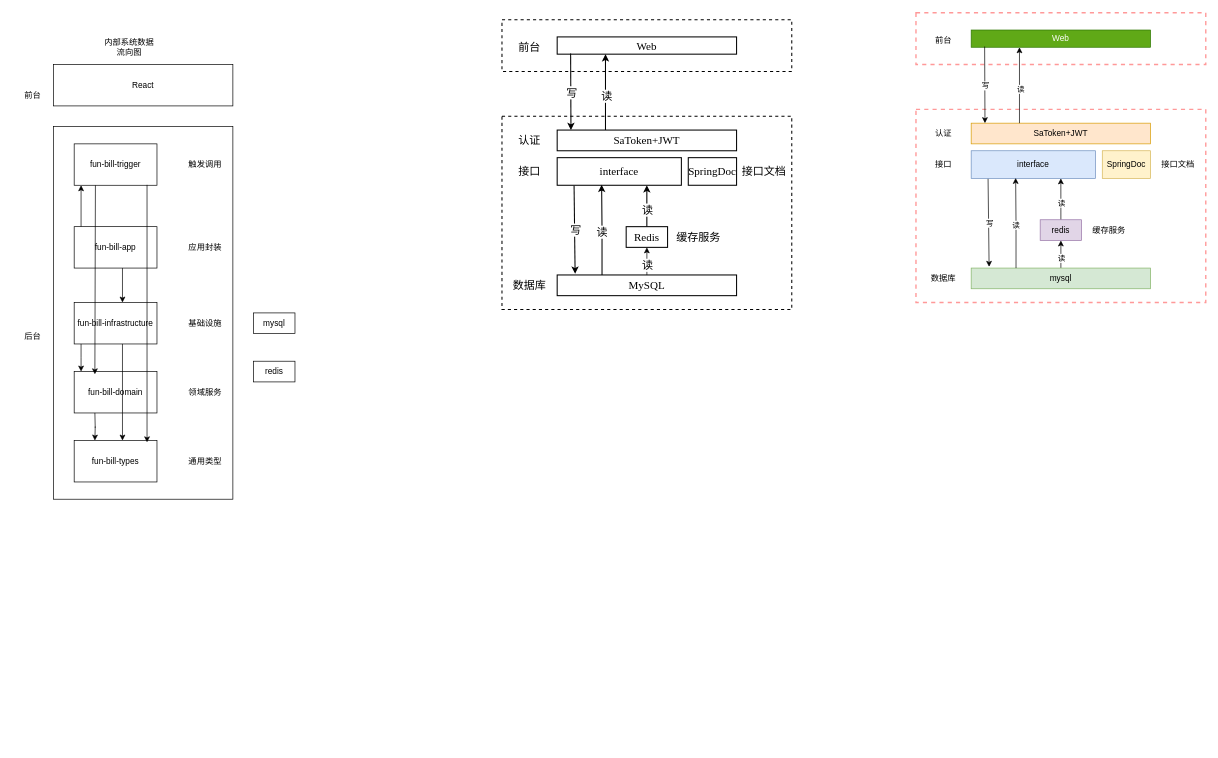
The draw.io diagram page "技术架构" (3 of 8) of lottery-note/fun-bill-依赖关系.drawio in mynxg/draw-io-to-github, before the edit. Source tidied: cells renumbered, new cells numbered last; positions are measured from the earlier drawing's top-left corner, leaving out a move shared by most shapes. Both pictures are drawn from the tidied source at 69%, with x=0, y=0 at pixel (12, 12).
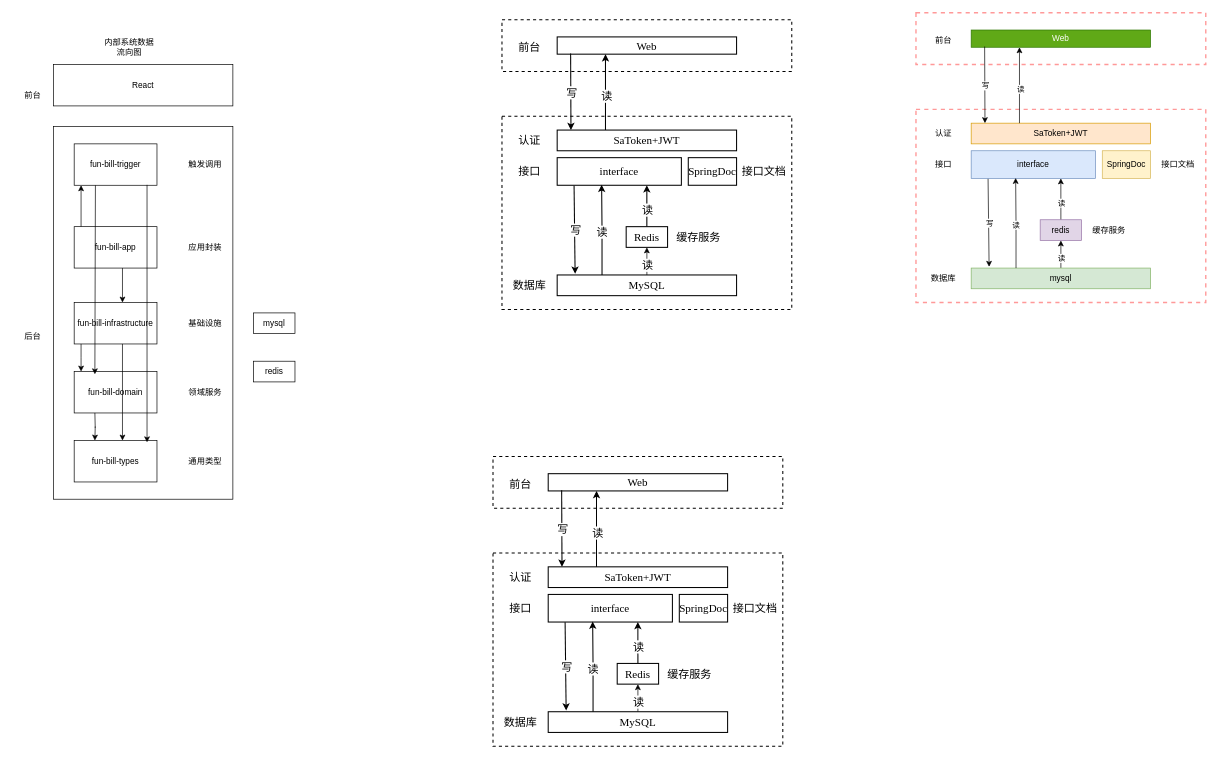
Above is the later version.

Change to the diagram source:
```diff
@@
+    <mxCell id="78" style="rounded=0;whiteSpace=wrap;html=1;strokeColor=default;dashed=1;strokeWidth=1.5;fontFamily=宋体;fontSize=16;" parent="1" vertex="1">
+      <mxGeometry x="697" y="783" width="420" height="280" as="geometry" />
+    </mxCell>
+    <mxCell id="79" style="rounded=0;jettySize=auto;html=1;exitX=0.5;exitY=0;exitDx=0;exitDy=0;entryX=0.5;entryY=1;entryDx=0;entryDy=0;fontFamily=宋体;fontSize=16;" parent="1" edge="1" source="81" target="84">
+      <mxGeometry relative="1" as="geometry" />
+    </mxCell>
+    <mxCell id="80" value="读" style="edgeLabel;html=1;align=center;verticalAlign=middle;fontFamily=宋体;fontSize=16;" parent="79" vertex="1">
+      <mxGeometry x="-0.24" relative="1" as="geometry" />
+    </mxCell>
+    <mxCell id="81" value="MySQL" style="rounded=0;whiteSpace=wrap;html=1;fontFamily=Times New Roman;fontSize=16;strokeWidth=1.5;" parent="1" vertex="1">
+      <mxGeometry x="777" y="1013" width="260" height="30" as="geometry" />
+    </mxCell>
+    <mxCell id="82" style="rounded=0;jettySize=auto;html=1;exitX=0.5;exitY=0;exitDx=0;exitDy=0;entryX=0.722;entryY=1;entryDx=0;entryDy=0;entryPerimeter=0;fontFamily=宋体;fontSize=16;strokeWidth=1.5;" parent="1" edge="1" source="84" target="91">
+      <mxGeometry relative="1" as="geometry" />
+    </mxCell>
+    <mxCell id="83" value="读" style="edgeLabel;html=1;align=center;verticalAlign=middle;fontFamily=宋体;fontSize=16;" parent="82" vertex="1">
+      <mxGeometry x="-0.21" y="-1" relative="1" as="geometry" />
+    </mxCell>
+    <mxCell id="84" value="Redis" style="rounded=0;whiteSpace=wrap;html=1;fontFamily=Times New Roman;fontSize=16;strokeWidth=1.5;" parent="1" vertex="1">
+      <mxGeometry x="877" y="943" width="60" height="30" as="geometry" />
+    </mxCell>
+    <mxCell id="85" value="SpringDoc" style="rounded=0;whiteSpace=wrap;html=1;fontFamily=Times New Roman;fontSize=16;strokeWidth=1.5;" parent="1" vertex="1">
+      <mxGeometry x="967" y="843" width="70" height="40" as="geometry" />
+    </mxCell>
+    <mxCell id="86" value="接口文档" style="text;html=1;align=center;verticalAlign=middle;whiteSpace=wrap;rounded=0;fontFamily=宋体;fontSize=16;" parent="1" vertex="1">
+      <mxGeometry x="1042" y="848" width="70" height="30" as="geometry" />
+    </mxCell>
+    <mxCell id="87" value="数据库" style="text;html=1;align=center;verticalAlign=middle;whiteSpace=wrap;rounded=0;fontFamily=宋体;fontSize=16;" parent="1" vertex="1">
+      <mxGeometry x="707" y="1013" width="60" height="30" as="geometry" />
+    </mxCell>
+    <mxCell id="88" value="缓存服务" style="text;html=1;align=center;verticalAlign=middle;whiteSpace=wrap;rounded=0;fontFamily=宋体;fontSize=16;" parent="1" vertex="1">
+      <mxGeometry x="947" y="943" width="70" height="30" as="geometry" />
+    </mxCell>
+    <mxCell id="89" style="rounded=0;jettySize=auto;html=1;exitX=0.136;exitY=1.005;exitDx=0;exitDy=0;exitPerimeter=0;entryX=0.1;entryY=-0.06;entryDx=0;entryDy=0;entryPerimeter=0;fontFamily=宋体;fontSize=16;strokeWidth=1.5;" parent="1" edge="1" source="91" target="81">
+      <mxGeometry relative="1" as="geometry" />
+    </mxCell>
+    <mxCell id="90" value="写" style="edgeLabel;html=1;align=center;verticalAlign=middle;fontFamily=宋体;fontSize=16;" parent="89" vertex="1">
+      <mxGeometry y="1" relative="1" as="geometry" />
+    </mxCell>
+    <mxCell id="91" value="interface" style="rounded=0;whiteSpace=wrap;html=1;fontFamily=Times New Roman;fontSize=16;strokeWidth=1.5;" parent="1" vertex="1">
+      <mxGeometry x="777" y="843" width="180" height="40" as="geometry" />
+    </mxCell>
+    <mxCell id="92" style="rounded=0;whiteSpace=wrap;html=1;dashed=1;strokeWidth=1.5;fontFamily=宋体;fontSize=16;" parent="1" vertex="1">
+      <mxGeometry x="697" y="643" width="420" height="75" as="geometry" />
+    </mxCell>
+    <mxCell id="93" value="Web" style="rounded=0;whiteSpace=wrap;html=1;fontFamily=Times New Roman;fontSize=16;strokeWidth=1.5;" parent="1" vertex="1">
+      <mxGeometry x="777" y="668" width="260" height="25" as="geometry" />
+    </mxCell>
+    <mxCell id="94" value="SaToken+JWT" style="rounded=0;whiteSpace=wrap;html=1;fontFamily=Times New Roman;fontSize=16;strokeWidth=1.5;" parent="1" vertex="1">
+      <mxGeometry x="777" y="803" width="260" height="30" as="geometry" />
+    </mxCell>
+    <mxCell id="95" value="认证" style="text;html=1;align=center;verticalAlign=middle;whiteSpace=wrap;rounded=0;fontFamily=宋体;fontSize=16;" parent="1" vertex="1">
+      <mxGeometry x="707" y="803" width="60" height="30" as="geometry" />
+    </mxCell>
+    <mxCell id="96" style="edgeStyle=orthogonalEdgeStyle;rounded=0;jettySize=auto;html=1;exitX=0.25;exitY=0;exitDx=0;exitDy=0;entryX=0.358;entryY=0.985;entryDx=0;entryDy=0;entryPerimeter=0;fontFamily=宋体;fontSize=16;strokeWidth=1.5;" parent="1" edge="1" source="81" target="91">
+      <mxGeometry relative="1" as="geometry" />
+    </mxCell>
+    <mxCell id="97" value="读" style="edgeLabel;html=1;align=center;verticalAlign=middle;fontFamily=宋体;fontSize=16;" parent="96" vertex="1">
+      <mxGeometry x="-0.04" y="1" relative="1" as="geometry" />
+    </mxCell>
+    <mxCell id="98" value="前台" style="text;html=1;align=center;verticalAlign=middle;whiteSpace=wrap;rounded=0;fontFamily=宋体;fontSize=16;" parent="1" vertex="1">
+      <mxGeometry x="707" y="668" width="60" height="30" as="geometry" />
+    </mxCell>
+    <mxCell id="99" value="接口" style="text;html=1;align=center;verticalAlign=middle;whiteSpace=wrap;rounded=0;fontFamily=宋体;fontSize=16;" parent="1" vertex="1">
+      <mxGeometry x="707" y="848" width="60" height="30" as="geometry" />
+    </mxCell>
+    <mxCell id="100" style="endArrow=classic;html=1;rounded=0;fontFamily=宋体;fontSize=16;strokeWidth=1.5;" parent="1" edge="1">
+      <mxGeometry relative="1" as="geometry">
+        <mxPoint x="847" y="803" as="sourcePoint" />
+        <mxPoint x="847" y="693" as="targetPoint" />
+      </mxGeometry>
+    </mxCell>
+    <mxCell id="101" value="读" style="edgeLabel;html=1;align=center;verticalAlign=middle;fontFamily=宋体;fontSize=16;" parent="100" vertex="1">
+      <mxGeometry x="-0.09" y="-1" relative="1" as="geometry" />
+    </mxCell>
+    <mxCell id="102" style="endArrow=classic;html=1;rounded=0;exitX=0.075;exitY=0.96;exitDx=0;exitDy=0;exitPerimeter=0;fontFamily=宋体;fontSize=16;strokeWidth=1.5;" parent="1" edge="1" source="93">
+      <mxGeometry relative="1" as="geometry">
+        <mxPoint x="797" y="803" as="targetPoint" />
+      </mxGeometry>
+    </mxCell>
+    <mxCell id="103" value="写" style="edgeLabel;html=1;align=center;verticalAlign=middle;fontFamily=宋体;fontSize=16;" parent="102" vertex="1">
+      <mxGeometry x="0.02" y="1" relative="1" as="geometry" />
+    </mxCell>
```
